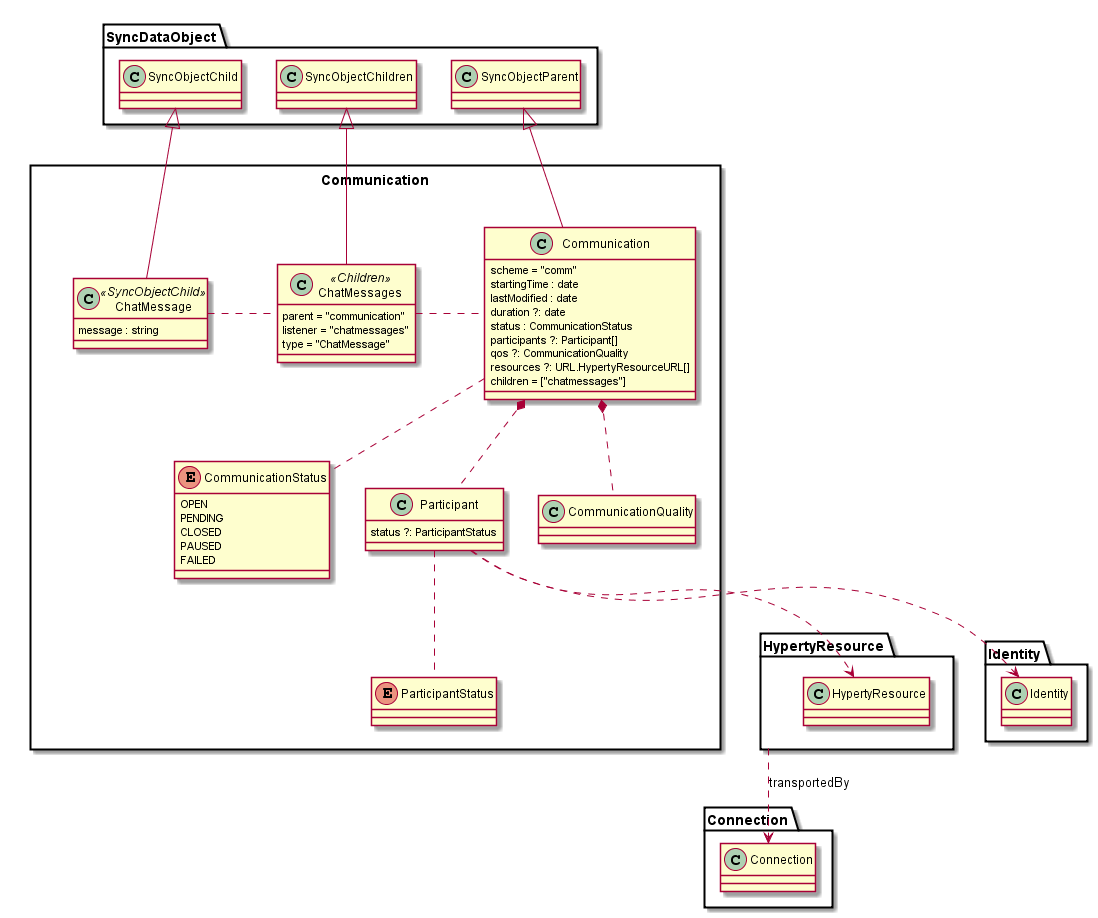
This is docs/datamodel/data-objects/communication/Communication-Data-Object-Model.png from reTHINK-project/dev-service-framework, a PlantUML export, as it was before one commit.
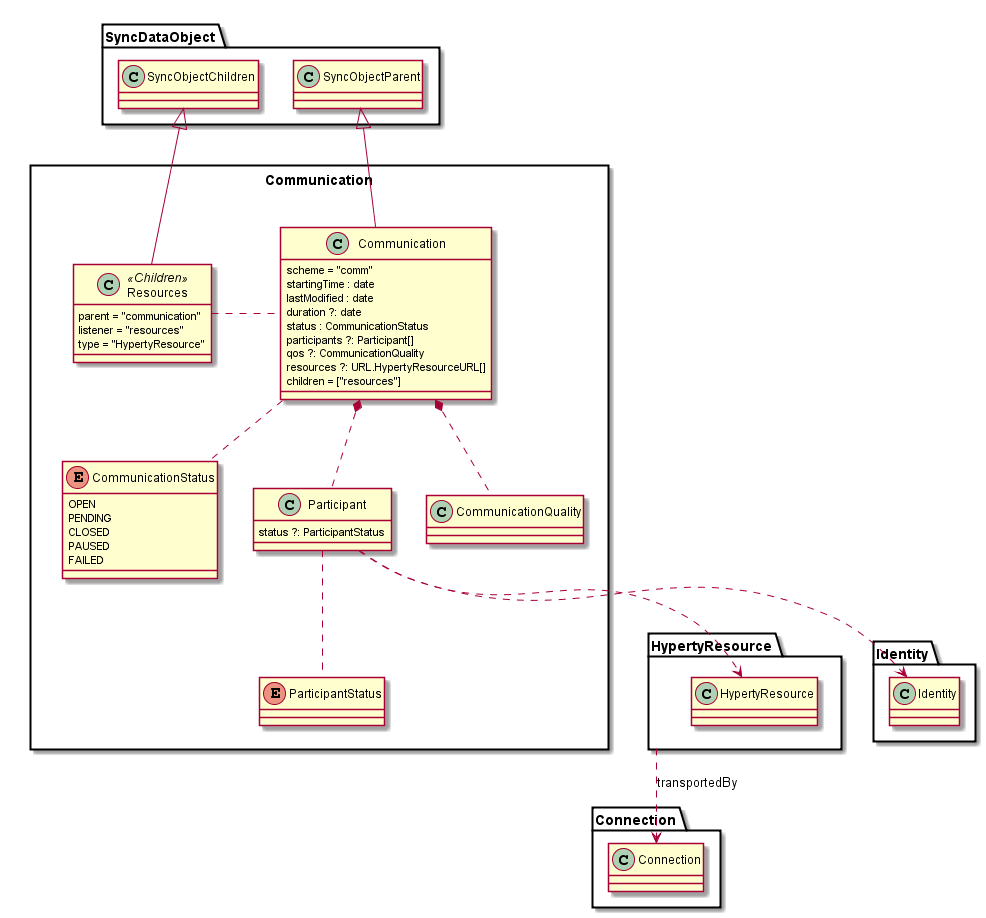
The same diagram one commit later.

Commit message:
changed communication model to use a generic resource sharing model based on HypertyResource model

Diff of the diagram source:
```diff
@@ -11,18 +11,15 @@
 		participants ?: Participant[]
 		qos ?: CommunicationQuality
 		resources ?: URL.HypertyResourceURL[]
-		children = ["chatmessages"]
+		children = ["resources"]
 	}
 
-	class ChatMessages <<Children>> {
+	class Resources <<Children>> {
 		parent = "communication"
-		listener = "chatmessages"
-		type = "ChatMessage"
+		listener = "resources"
+		type = "HypertyResource"
 	}
 
-	class ChatMessage <<SyncObjectChild>> {
-		message : string
-	}
 
 	enum CommunicationStatus {
 		OPEN
@@ -43,11 +40,9 @@
 	}
 
 	Communication -up-|> SyncDataObject.SyncObjectParent
-	ChatMessages -up-|> SyncDataObject.SyncObjectChildren
-	ChatMessage -up-|> SyncDataObject.SyncObjectChild
+	Resources -up-|> SyncDataObject.SyncObjectChildren
 	Communication .. CommunicationStatus
-	Communication .left. ChatMessages
-	ChatMessage .right. ChatMessages
+	Communication .left. Resources
 	Communication *.. Participant
 	Communication *.. CommunicationQuality
 	Participant .. ParticipantStatus
```
